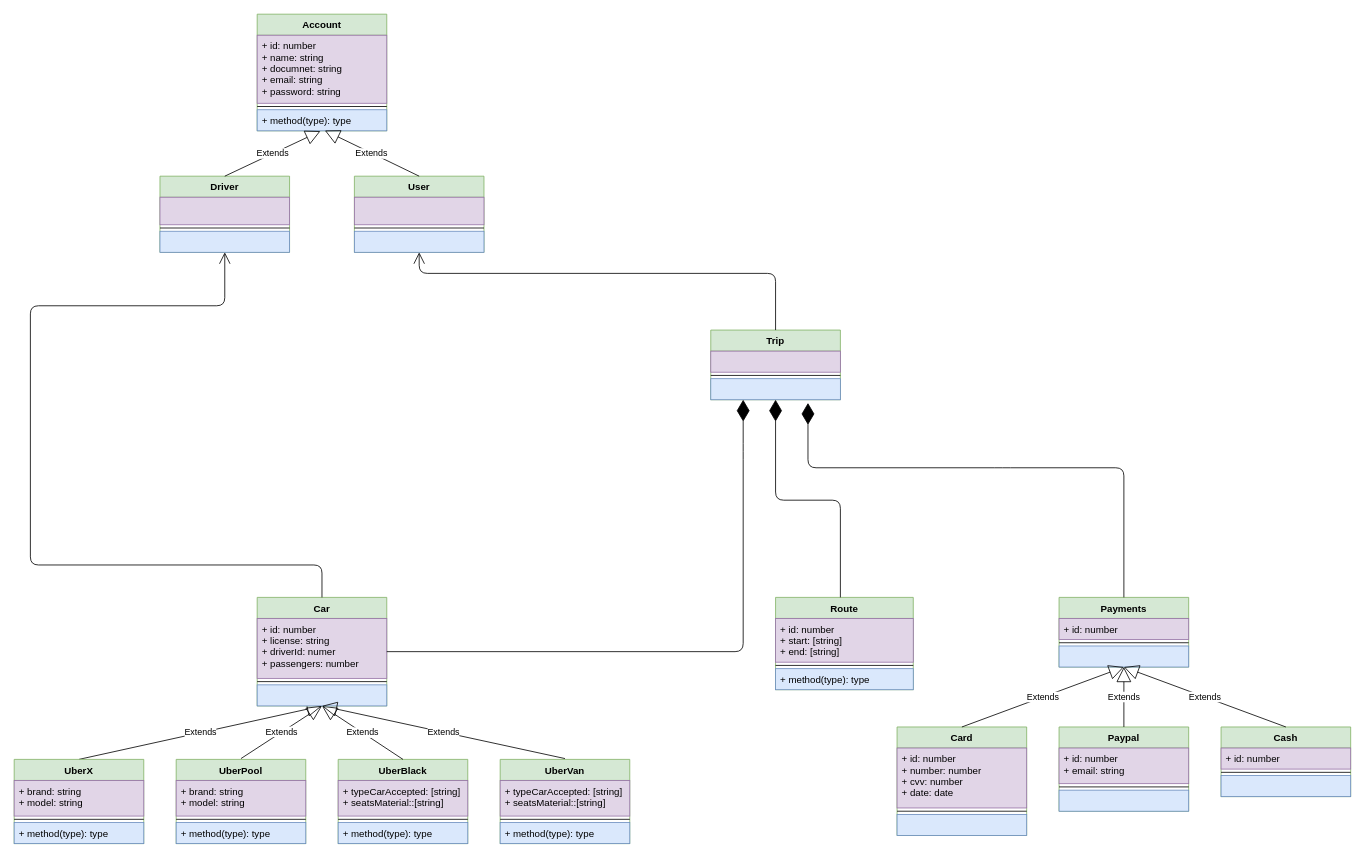
Above: oopTutorial/Untitled Diagram.drawio in fabiandres88/TypeScript (draw.io), before the change. Source tidied: cells renumbered, new cells numbered last; positions are measured from the earlier drawing's top-left corner, leaving out a move shared by most shapes. Both pictures are drawn from the tidied source at 81%, with x=0, y=0 at pixel (14, 14).
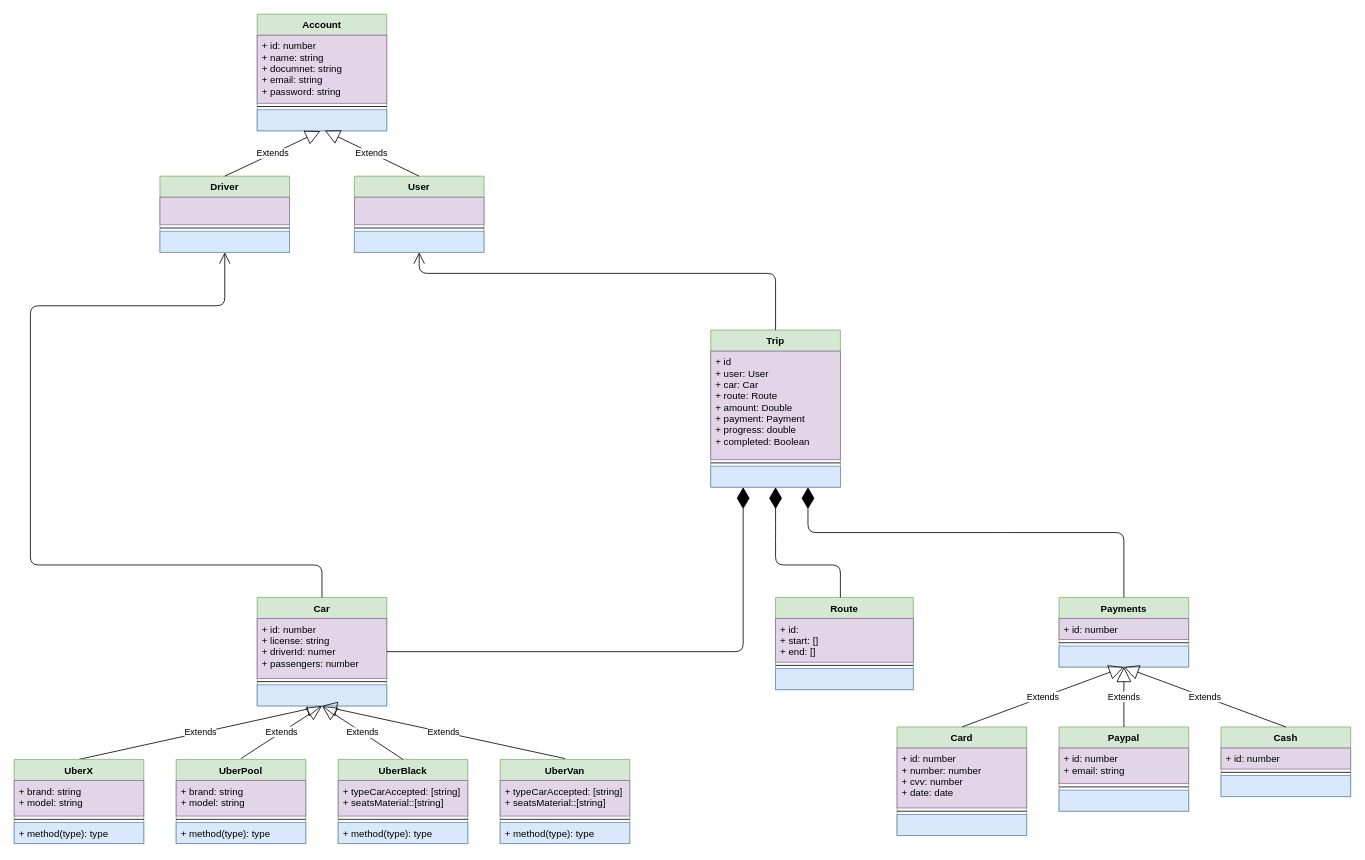
The same page after the edit.

Unchanged cells that the change refers to:
```xml
<mxCell id="10" value="Route" style="swimlane;fontStyle=1;align=center;verticalAlign=top;horizontal=1;startSize=26;fillColor=#d5e8d4;strokeColor=#82b366;" parent="1" vertex="1">
  <mxGeometry x="940" y="720" width="170" height="114" as="geometry" />
</mxCell>
<mxCell id="44" value="Account" style="swimlane;fontStyle=1;align=center;verticalAlign=top;horizontal=1;startSize=26;fillColor=#d5e8d4;strokeColor=#82b366;" parent="1" vertex="1">
  <mxGeometry x="300" width="160" height="144" as="geometry" />
</mxCell>
<mxCell id="50" value="Payments" style="swimlane;fontStyle=1;align=center;verticalAlign=top;horizontal=1;startSize=26;fillColor=#d5e8d4;strokeColor=#82b366;" parent="1" vertex="1">
  <mxGeometry x="1290" y="720" width="160" height="86" as="geometry" />
</mxCell>
<mxCell id="57" value="Car" style="swimlane;fontStyle=1;align=center;verticalAlign=top;horizontal=1;startSize=26;fillColor=#d5e8d4;strokeColor=#82b366;" parent="1" vertex="1">
  <mxGeometry x="300" y="720" width="160" height="134" as="geometry" />
</mxCell>
```

Diff of the diagram source:
```diff
@@
-    <mxCell id="11" value="+ id: number&#10;+ start: [string]&#10;+ end: [string]" style="text;strokeColor=#9673a6;fillColor=#e1d5e7;align=left;verticalAlign=top;spacingLeft=4;spacingRight=4;overflow=hidden;" parent="10" vertex="1">
+    <mxCell id="11" value="+ id: &#10;+ start: []&#10;+ end: []" style="text;strokeColor=#9673a6;fillColor=#e1d5e7;align=left;verticalAlign=top;spacingLeft=4;spacingRight=4;overflow=hidden;" parent="10" vertex="1">
       <mxGeometry y="26" width="170" height="54" as="geometry" />
     </mxCell>
@@
-    <mxCell id="13" value="+ method(type): type" style="text;strokeColor=#6c8ebf;fillColor=#dae8fc;align=left;verticalAlign=top;spacingLeft=4;spacingRight=4;overflow=hidden;" parent="10" vertex="1">
+    <mxCell id="13" style="text;strokeColor=#6c8ebf;fillColor=#dae8fc;align=left;verticalAlign=top;spacingLeft=4;spacingRight=4;overflow=hidden;" parent="10" vertex="1">
       <mxGeometry y="88" width="170" height="26" as="geometry" />
     </mxCell>
@@
-    <mxCell id="47" value="+ method(type): type" style="text;strokeColor=#6c8ebf;fillColor=#dae8fc;align=left;verticalAlign=top;spacingLeft=4;spacingRight=4;overflow=hidden;points=[[0,0.5],[1,0.5]];portConstraint=eastwest;" parent="44" vertex="1">
+    <mxCell id="47" style="text;strokeColor=#6c8ebf;fillColor=#dae8fc;align=left;verticalAlign=top;spacingLeft=4;spacingRight=4;overflow=hidden;points=[[0,0.5],[1,0.5]];portConstraint=eastwest;" parent="44" vertex="1">
       <mxGeometry y="118" width="160" height="26" as="geometry" />
     </mxCell>
@@
     <mxCell id="64" value="Trip" style="swimlane;fontStyle=1;align=center;verticalAlign=top;horizontal=1;startSize=26;fillColor=#d5e8d4;strokeColor=#82b366;" parent="1" vertex="1">
-      <mxGeometry x="860" y="390" width="160" height="86" as="geometry" />
+      <mxGeometry x="860" y="390" width="160" height="194" as="geometry" />
     </mxCell>
-    <mxCell id="65" style="text;strokeColor=#9673a6;fillColor=#e1d5e7;align=left;verticalAlign=top;spacingLeft=4;spacingRight=4;overflow=hidden;" parent="64" vertex="1">
-      <mxGeometry y="26" width="160" height="26" as="geometry" />
+    <mxCell id="65" value="+ id&#10;+ user: User&#10;+ car: Car&#10;+ route: Route&#10;+ amount: Double&#10;+ payment: Payment&#10;+ progress: double&#10;+ completed: Boolean" style="text;strokeColor=#9673a6;fillColor=#e1d5e7;align=left;verticalAlign=top;spacingLeft=4;spacingRight=4;overflow=hidden;" parent="64" vertex="1">
+      <mxGeometry y="26" width="160" height="134" as="geometry" />
     </mxCell>
     <mxCell id="66" style="line;strokeWidth=1;fillColor=none;align=left;verticalAlign=middle;spacingTop=-1;spacingLeft=3;spacingRight=3;labelPosition=right;" parent="64" vertex="1">
-      <mxGeometry y="52" width="160" height="8" as="geometry" />
+      <mxGeometry y="160" width="160" height="8" as="geometry" />
     </mxCell>
     <mxCell id="67" style="text;strokeColor=#6c8ebf;fillColor=#dae8fc;align=left;verticalAlign=top;spacingLeft=4;spacingRight=4;overflow=hidden;" parent="64" vertex="1">
-      <mxGeometry y="60" width="160" height="26" as="geometry" />
+      <mxGeometry y="168" width="160" height="26" as="geometry" />
     </mxCell>
@@
     <mxCell id="69" style="endArrow=diamondThin;endFill=1;endSize=24;html=1;exitX=1;exitY=0.5;exitDx=0;exitDy=0;entryX=0.25;entryY=1;entryDx=0;entryDy=0;" parent="1" edge="1" source="57" target="64">
       <mxGeometry relative="1" as="geometry">
         <Array as="points">
           <mxPoint x="900" y="787" />
-          <mxPoint x="900" y="540" />
         </Array>
       </mxGeometry>
     </mxCell>
     <mxCell id="70" style="endArrow=diamondThin;endFill=1;endSize=24;html=1;entryX=0.5;entryY=1;entryDx=0;entryDy=0;" parent="1" edge="1" target="64">
       <mxGeometry relative="1" as="geometry">
         <mxPoint x="1020" y="720" as="sourcePoint" />
         <Array as="points">
-          <mxPoint x="1020" y="600" />
+          <mxPoint x="1020" y="680" />
+          <mxPoint x="980" y="680" />
+          <mxPoint x="940" y="680" />
+          <mxPoint x="940" y="640" />
           <mxPoint x="940" y="600" />
         </Array>
       </mxGeometry>
     </mxCell>
-    <mxCell id="71" style="endArrow=diamondThin;endFill=1;endSize=24;html=1;exitX=0.5;exitY=0;exitDx=0;exitDy=0;" parent="1" edge="1" source="50">
+    <mxCell id="71" style="endArrow=diamondThin;endFill=1;endSize=24;html=1;exitX=0.5;exitY=0;exitDx=0;exitDy=0;entryX=0.75;entryY=1;entryDx=0;entryDy=0;" parent="1" edge="1" source="50" target="64">
       <mxGeometry relative="1" as="geometry">
-        <mxPoint x="980" y="480" as="targetPoint" />
         <Array as="points">
-          <mxPoint x="1370" y="560" />
-          <mxPoint x="1220" y="560" />
-          <mxPoint x="980" y="560" />
+          <mxPoint x="1370" y="640" />
+          <mxPoint x="1220" y="640" />
+          <mxPoint x="980" y="640" />
         </Array>
       </mxGeometry>
     </mxCell>
```
